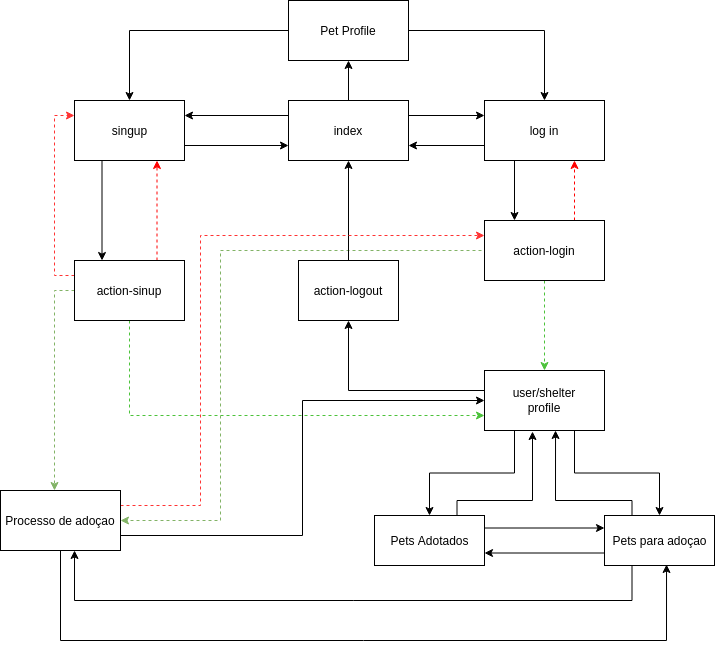
Above: images/navigation_diagram.png in catarina03/FEUP-LTW-AdoptMe (draw.io), before the change. Source tidied: cells renumbered, new cells last; positions are measured from the earlier drawing's top-left corner, leaving out a move shared by most shapes.
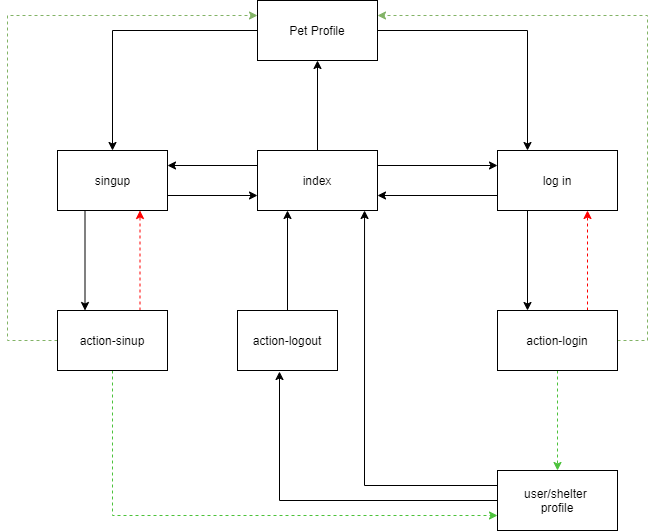
After the commit.

Commit message:
change navigation_diagram

Change to the diagram source:
```diff
@@ -12,7 +12,7 @@
       <mxGeometry relative="1" as="geometry" />
     </mxCell>
     <mxCell id="5" value="index" style="rounded=0;whiteSpace=wrap;html=1;" parent="1" vertex="1">
-      <mxGeometry x="288" y="100" width="120" height="60" as="geometry" />
+      <mxGeometry x="300" y="360" width="120" height="60" as="geometry" />
     </mxCell>
     <mxCell id="6" style="edgeStyle=orthogonalEdgeStyle;rounded=0;jettySize=auto;html=1;exitX=1;exitY=0.75;exitDx=0;exitDy=0;entryX=0;entryY=0.75;entryDx=0;entryDy=0;" parent="1" edge="1" source="8" target="5">
       <mxGeometry relative="1" as="geometry" />
@@ -21,7 +21,7 @@
       <mxGeometry relative="1" as="geometry" />
     </mxCell>
     <mxCell id="8" value="singup" style="html=1;" parent="1" vertex="1">
-      <mxGeometry x="74" y="100" width="110" height="60" as="geometry" />
+      <mxGeometry x="100" y="360" width="110" height="60" as="geometry" />
     </mxCell>
     <mxCell id="9" style="edgeStyle=orthogonalEdgeStyle;rounded=0;jettySize=auto;html=1;exitX=0;exitY=0.75;exitDx=0;exitDy=0;entryX=1;entryY=0.75;entryDx=0;entryDy=0;" parent="1" edge="1" source="11" target="5">
       <mxGeometry relative="1" as="geometry" />
@@ -30,43 +30,37 @@
       <mxGeometry relative="1" as="geometry" />
     </mxCell>
     <mxCell id="11" value="log in" style="rounded=0;whiteSpace=wrap;html=1;" parent="1" vertex="1">
-      <mxGeometry x="484" y="100" width="120" height="60" as="geometry" />
+      <mxGeometry x="540" y="360" width="120" height="60" as="geometry" />
     </mxCell>
-    <mxCell id="12" style="edgeStyle=orthogonalEdgeStyle;rounded=0;jettySize=auto;html=1;exitX=0;exitY=0.5;exitDx=0;exitDy=0;entryX=0.5;entryY=1;entryDx=0;entryDy=0;" parent="1" edge="1" source="15" target="26">
-      <mxGeometry relative="1" as="geometry">
-        <Array as="points">
-          <mxPoint x="484" y="390" />
-          <mxPoint x="348" y="390" />
-        </Array>
-      </mxGeometry>
+    <mxCell id="12" style="edgeStyle=orthogonalEdgeStyle;rounded=0;jettySize=auto;html=1;exitX=0;exitY=0.5;exitDx=0;exitDy=0;entryX=0.42;entryY=1.017;entryDx=0;entryDy=0;entryPerimeter=0;" parent="1" edge="1" source="15" target="26">
+      <mxGeometry relative="1" as="geometry" />
     </mxCell>
-    <mxCell id="13" style="edgeStyle=orthogonalEdgeStyle;rounded=0;jettySize=auto;html=1;exitX=0.25;exitY=1;exitDx=0;exitDy=0;entryX=0.5;entryY=0;entryDx=0;entryDy=0;" parent="1" edge="1" source="15" target="29">
-      <mxGeometry relative="1" as="geometry" />
-    </mxCell>
-    <mxCell id="14" style="edgeStyle=orthogonalEdgeStyle;rounded=0;jettySize=auto;html=1;exitX=0.75;exitY=1;exitDx=0;exitDy=0;entryX=0.5;entryY=0;entryDx=0;entryDy=0;" parent="1" edge="1" source="15" target="33">
-      <mxGeometry relative="1" as="geometry" />
-    </mxCell>
+    <mxCell id="41" style="edgeStyle=orthogonalEdgeStyle;rounded=0;jettySize=auto;html=1;exitX=0;exitY=0.25;exitDx=0;exitDy=0;entryX=0.892;entryY=1;entryDx=0;entryDy=0;entryPerimeter=0;" parent="1" edge="1" source="15" target="5">
+      <mxGeometry relative="1" as="geometry" />
+    </mxCell>
     <mxCell id="15" value="user/shelter &lt;br&gt;profile" style="rounded=0;whiteSpace=wrap;html=1;" parent="1" vertex="1">
-      <mxGeometry x="484" y="370" width="120" height="60" as="geometry" />
+      <mxGeometry x="540" y="680" width="120" height="60" as="geometry" />
     </mxCell>
     <mxCell id="16" style="edgeStyle=orthogonalEdgeStyle;rounded=0;jettySize=auto;html=1;exitX=0.5;exitY=1;exitDx=0;exitDy=0;entryX=0;entryY=0.75;entryDx=0;entryDy=0;dashed=1;strokeColor=#4CC23B;" parent="1" edge="1" source="20" target="15">
-      <mxGeometry relative="1" as="geometry" />
+      <mxGeometry relative="1" as="geometry">
+        <Array as="points">
+          <mxPoint x="155" y="725" />
+        </Array>
+      </mxGeometry>
     </mxCell>
     <mxCell id="17" style="edgeStyle=orthogonalEdgeStyle;rounded=0;jettySize=auto;html=1;exitX=0.75;exitY=0;exitDx=0;exitDy=0;entryX=0.75;entryY=1;entryDx=0;entryDy=0;dashed=1;strokeColor=#FF0000;" parent="1" edge="1" source="20" target="8">
       <mxGeometry relative="1" as="geometry" />
     </mxCell>
-    <mxCell id="18" style="edgeStyle=orthogonalEdgeStyle;rounded=0;jettySize=auto;html=1;exitX=0;exitY=0.5;exitDx=0;exitDy=0;dashed=1;fillColor=#d5e8d4;strokeColor=#82b366;" parent="1" edge="1" source="20" target="40">
-      <mxGeometry relative="1" as="geometry">
-        <Array as="points">
-          <mxPoint x="54" y="290" />
-        </Array>
-      </mxGeometry>
-    </mxCell>
-    <mxCell id="19" style="edgeStyle=orthogonalEdgeStyle;rounded=0;jettySize=auto;html=1;exitX=0;exitY=0.25;exitDx=0;exitDy=0;entryX=0;entryY=0.25;entryDx=0;entryDy=0;dashed=1;fillColor=#f8cecc;strokeColor=#FF3333;" parent="1" edge="1" source="20" target="8">
-      <mxGeometry relative="1" as="geometry" />
-    </mxCell>
+    <mxCell id="42" style="edgeStyle=orthogonalEdgeStyle;rounded=0;jettySize=auto;html=1;exitX=0;exitY=0.5;exitDx=0;exitDy=0;entryX=0;entryY=0.25;entryDx=0;entryDy=0;dashed=1;fillColor=#d5e8d4;strokeColor=#82b366;" parent="1" edge="1" source="20" target="36">
+      <mxGeometry relative="1" as="geometry">
+        <Array as="points">
+          <mxPoint x="50" y="550" />
+          <mxPoint x="50" y="225" />
+        </Array>
+      </mxGeometry>
+    </mxCell>
     <mxCell id="20" value="action-sinup" style="rounded=0;whiteSpace=wrap;html=1;" parent="1" vertex="1">
-      <mxGeometry x="74" y="260" width="110" height="60" as="geometry" />
+      <mxGeometry x="100" y="520" width="110" height="60" as="geometry" />
     </mxCell>
     <mxCell id="21" style="edgeStyle=orthogonalEdgeStyle;rounded=0;jettySize=auto;html=1;exitX=0.5;exitY=1;exitDx=0;exitDy=0;entryX=0.5;entryY=0;entryDx=0;entryDy=0;dashed=1;strokeColor=#4CC23B;" parent="1" edge="1" source="24" target="15">
       <mxGeometry relative="1" as="geometry" />
@@ -74,90 +68,39 @@
     <mxCell id="22" style="edgeStyle=orthogonalEdgeStyle;rounded=0;jettySize=auto;html=1;exitX=0.75;exitY=0;exitDx=0;exitDy=0;entryX=0.75;entryY=1;entryDx=0;entryDy=0;dashed=1;strokeColor=#FF0000;" parent="1" edge="1" source="24" target="11">
       <mxGeometry relative="1" as="geometry" />
     </mxCell>
-    <mxCell id="23" style="edgeStyle=orthogonalEdgeStyle;rounded=0;jettySize=auto;html=1;exitX=0;exitY=0.25;exitDx=0;exitDy=0;entryX=1;entryY=0.5;entryDx=0;entryDy=0;dashed=1;fillColor=#d5e8d4;strokeColor=#82b366;" parent="1" edge="1" source="24" target="40">
-      <mxGeometry relative="1" as="geometry">
-        <Array as="points">
-          <mxPoint x="484" y="250" />
-          <mxPoint x="220" y="250" />
-          <mxPoint x="220" y="520" />
-        </Array>
-      </mxGeometry>
-    </mxCell>
+    <mxCell id="43" style="edgeStyle=orthogonalEdgeStyle;rounded=0;jettySize=auto;html=1;exitX=1;exitY=0.5;exitDx=0;exitDy=0;entryX=1;entryY=0.25;entryDx=0;entryDy=0;dashed=1;fillColor=#d5e8d4;strokeColor=#82b366;" parent="1" edge="1" source="24" target="36">
+      <mxGeometry relative="1" as="geometry">
+        <Array as="points">
+          <mxPoint x="690" y="550" />
+          <mxPoint x="690" y="225" />
+        </Array>
+      </mxGeometry>
+    </mxCell>
     <mxCell id="24" value="action-login" style="rounded=0;whiteSpace=wrap;html=1;" parent="1" vertex="1">
-      <mxGeometry x="484" y="220" width="120" height="60" as="geometry" />
+      <mxGeometry x="540" y="520" width="120" height="60" as="geometry" />
     </mxCell>
-    <mxCell id="25" style="edgeStyle=orthogonalEdgeStyle;rounded=0;jettySize=auto;html=1;exitX=0.5;exitY=0;exitDx=0;exitDy=0;entryX=0.5;entryY=1;entryDx=0;entryDy=0;" parent="1" edge="1" source="26" target="5">
+    <mxCell id="25" style="edgeStyle=orthogonalEdgeStyle;rounded=0;jettySize=auto;html=1;exitX=0.5;exitY=0;exitDx=0;exitDy=0;entryX=0.25;entryY=1;entryDx=0;entryDy=0;" parent="1" edge="1" source="26" target="5">
       <mxGeometry relative="1" as="geometry" />
     </mxCell>
     <mxCell id="26" value="action-logout" style="rounded=0;whiteSpace=wrap;html=1;" parent="1" vertex="1">
-      <mxGeometry x="298" y="260" width="100" height="60" as="geometry" />
+      <mxGeometry x="280" y="520" width="100" height="60" as="geometry" />
     </mxCell>
-    <mxCell id="27" style="edgeStyle=orthogonalEdgeStyle;rounded=0;jettySize=auto;html=1;exitX=1;exitY=0.25;exitDx=0;exitDy=0;entryX=0;entryY=0.25;entryDx=0;entryDy=0;" parent="1" edge="1" source="29" target="33">
-      <mxGeometry relative="1" as="geometry" />
-    </mxCell>
-    <mxCell id="28" style="edgeStyle=orthogonalEdgeStyle;rounded=0;jettySize=auto;html=1;exitX=0.75;exitY=0;exitDx=0;exitDy=0;entryX=0.4;entryY=1.017;entryDx=0;entryDy=0;entryPerimeter=0;" parent="1" edge="1" source="29" target="15">
-      <mxGeometry relative="1" as="geometry">
-        <Array as="points">
-          <mxPoint x="457" y="500" />
-          <mxPoint x="532" y="500" />
-        </Array>
-      </mxGeometry>
-    </mxCell>
-    <mxCell id="29" value="Pets Adotados" style="html=1;" parent="1" vertex="1">
-      <mxGeometry x="374" y="515" width="110" height="50" as="geometry" />
-    </mxCell>
-    <mxCell id="30" style="edgeStyle=orthogonalEdgeStyle;rounded=0;jettySize=auto;html=1;exitX=0.25;exitY=0;exitDx=0;exitDy=0;entryX=0.592;entryY=1;entryDx=0;entryDy=0;entryPerimeter=0;" parent="1" edge="1" source="33" target="15">
-      <mxGeometry relative="1" as="geometry">
-        <Array as="points">
-          <mxPoint x="632" y="500" />
-          <mxPoint x="555" y="500" />
-        </Array>
-      </mxGeometry>
-    </mxCell>
-    <mxCell id="31" style="edgeStyle=orthogonalEdgeStyle;rounded=0;jettySize=auto;html=1;exitX=0;exitY=0.75;exitDx=0;exitDy=0;entryX=1;entryY=0.75;entryDx=0;entryDy=0;" parent="1" edge="1" source="33" target="29">
-      <mxGeometry relative="1" as="geometry" />
-    </mxCell>
-    <mxCell id="32" style="edgeStyle=orthogonalEdgeStyle;rounded=0;jettySize=auto;html=1;exitX=0.25;exitY=1;exitDx=0;exitDy=0;entryX=0.617;entryY=1;entryDx=0;entryDy=0;entryPerimeter=0;" parent="1" edge="1" source="33" target="40">
-      <mxGeometry relative="1" as="geometry">
-        <Array as="points">
-          <mxPoint x="632" y="600" />
-          <mxPoint x="74" y="600" />
-        </Array>
-      </mxGeometry>
-    </mxCell>
-    <mxCell id="33" value="Pets para adoçao" style="html=1;" parent="1" vertex="1">
-      <mxGeometry x="604" y="515" width="110" height="50" as="geometry" />
-    </mxCell>
     <mxCell id="34" style="edgeStyle=orthogonalEdgeStyle;rounded=0;jettySize=auto;html=1;exitX=1;exitY=0.5;exitDx=0;exitDy=0;" parent="1" edge="1" source="36" target="11">
-      <mxGeometry relative="1" as="geometry" />
+      <mxGeometry relative="1" as="geometry">
+        <Array as="points">
+          <mxPoint x="570" y="240" />
+        </Array>
+      </mxGeometry>
     </mxCell>
     <mxCell id="35" style="edgeStyle=orthogonalEdgeStyle;rounded=0;jettySize=auto;html=1;exitX=0;exitY=0.5;exitDx=0;exitDy=0;" parent="1" edge="1" source="36" target="8">
-      <mxGeometry relative="1" as="geometry" />
+      <mxGeometry relative="1" as="geometry">
+        <Array as="points">
+          <mxPoint x="155" y="240" />
+        </Array>
+      </mxGeometry>
     </mxCell>
     <mxCell id="36" value="Pet Profile" style="rounded=0;whiteSpace=wrap;html=1;" parent="1" vertex="1">
-      <mxGeometry x="288" width="120" height="60" as="geometry" />
+      <mxGeometry x="300" y="210" width="120" height="60" as="geometry" />
     </mxCell>
-    <mxCell id="37" style="edgeStyle=orthogonalEdgeStyle;rounded=0;jettySize=auto;html=1;exitX=1;exitY=0.75;exitDx=0;exitDy=0;entryX=0;entryY=0.5;entryDx=0;entryDy=0;" parent="1" edge="1" source="40" target="15">
-      <mxGeometry relative="1" as="geometry" />
-    </mxCell>
-    <mxCell id="38" style="edgeStyle=orthogonalEdgeStyle;rounded=0;jettySize=auto;html=1;exitX=0.5;exitY=1;exitDx=0;exitDy=0;entryX=0.564;entryY=0.98;entryDx=0;entryDy=0;entryPerimeter=0;" parent="1" edge="1" source="40" target="33">
-      <mxGeometry relative="1" as="geometry">
-        <Array as="points">
-          <mxPoint x="60" y="640" />
-          <mxPoint x="666" y="640" />
-        </Array>
-      </mxGeometry>
-    </mxCell>
-    <mxCell id="39" style="edgeStyle=orthogonalEdgeStyle;rounded=0;jettySize=auto;html=1;exitX=1;exitY=0.25;exitDx=0;exitDy=0;entryX=0;entryY=0.25;entryDx=0;entryDy=0;dashed=1;fillColor=#f8cecc;strokeColor=#FF3333;" parent="1" edge="1" source="40" target="24">
-      <mxGeometry relative="1" as="geometry">
-        <Array as="points">
-          <mxPoint x="200" y="505" />
-          <mxPoint x="200" y="235" />
-        </Array>
-      </mxGeometry>
-    </mxCell>
-    <mxCell id="40" value="Processo de adoçao" style="rounded=0;whiteSpace=wrap;html=1;" parent="1" vertex="1">
-      <mxGeometry y="490" width="120" height="60" as="geometry" />
-    </mxCell>
   </root>
 </mxGraphModel>
```
